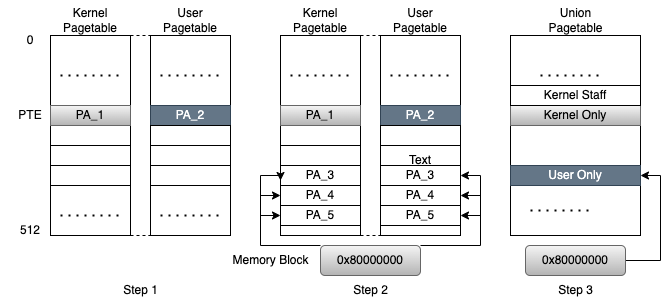
This is figures/core.advance.drawio.png from txd0213/xmu-template, a draw.io export, as it was before one commit. Source tidied: cells renumbered, new cells last; positions are measured from the earlier drawing's top-left corner, leaving out a move shared by most shapes.
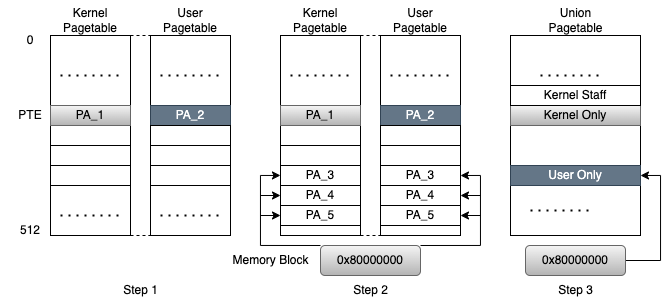
After the commit.

Diff of the diagram source:
```diff
@@ -151,11 +151,13 @@
     <mxCell id="42" value="PA_5" style="rounded=0;whiteSpace=wrap;html=1;" parent="1" vertex="1">
       <mxGeometry x="380" y="205" width="80" height="20" as="geometry" />
     </mxCell>
-    <mxCell id="43" style="edgeStyle=orthogonalEdgeStyle;rounded=0;jettySize=auto;html=1;entryX=0;entryY=0.75;entryDx=0;entryDy=0;" parent="1" edge="1" source="45" target="30">
+    <mxCell id="43" style="edgeStyle=orthogonalEdgeStyle;rounded=0;jettySize=auto;html=1;" parent="1" edge="1" source="45">
       <mxGeometry relative="1" as="geometry">
+        <mxPoint x="280" y="175" as="targetPoint" />
         <Array as="points">
           <mxPoint x="260" y="245" />
           <mxPoint x="260" y="175" />
+          <mxPoint x="280" y="175" />
         </Array>
       </mxGeometry>
     </mxCell>
@@ -231,9 +233,6 @@
     <mxCell id="59" value="Kernel Staff" style="rounded=0;whiteSpace=wrap;html=1;" parent="1" vertex="1">
       <mxGeometry x="510" y="85" width="130" height="20" as="geometry" />
     </mxCell>
-    <mxCell id="60" value="Text" style="text;html=1;strokeColor=none;fillColor=none;align=center;verticalAlign=middle;whiteSpace=wrap;rounded=0;" parent="1" vertex="1">
-      <mxGeometry x="390" y="145" width="60" height="30" as="geometry" />
-    </mxCell>
     <mxCell id="61" value="Step 1" style="text;html=1;align=center;verticalAlign=middle;strokeColor=none;fillColor=none;" parent="1" vertex="1">
       <mxGeometry x="110" y="275" width="60" height="30" as="geometry" />
     </mxCell>
```
